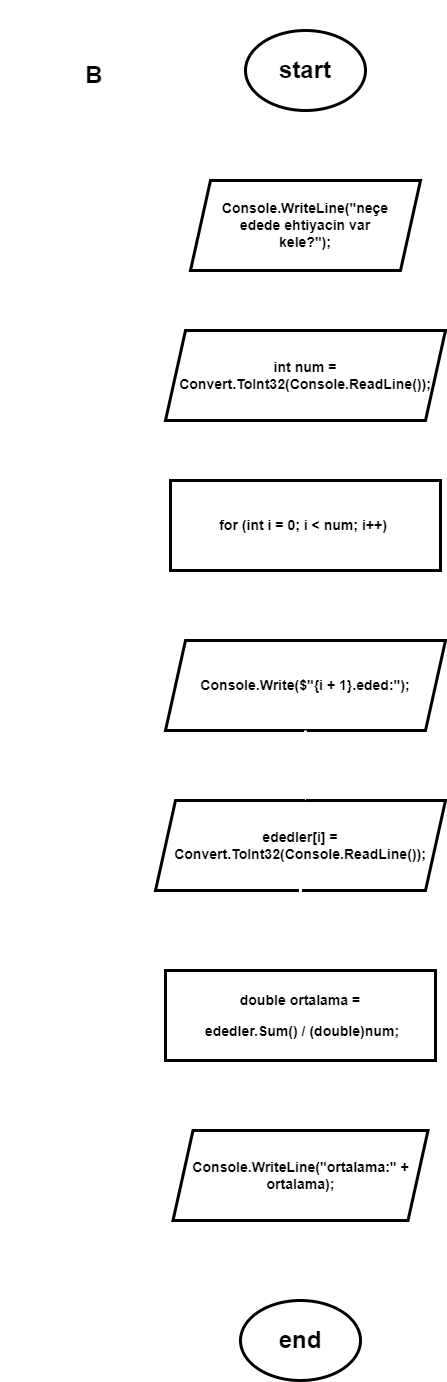
Mehemmed-Cf/assigment keeps this draw.io diagram as flowchart Task B.png. Above is the earlier version. Source tidied: cells renumbered, new cells last; positions are measured from the earlier drawing's top-left corner, leaving out a move shared by most shapes.
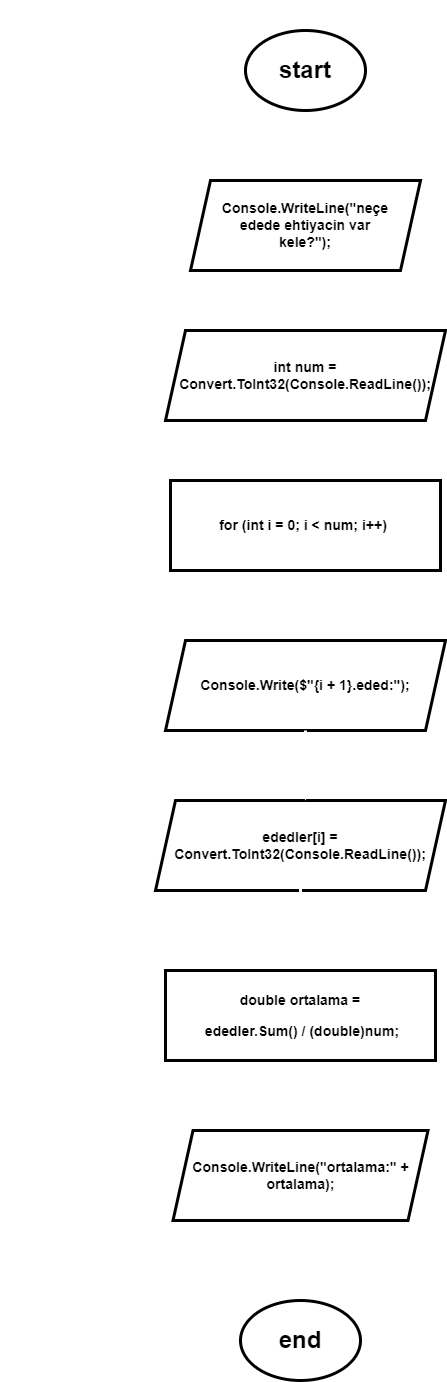
The same file after the commit.

The edit, as a diff of the source:
```diff
@@ -73,7 +73,7 @@
     <mxCell id="24" value="&lt;h1&gt;end&lt;/h1&gt;" style="ellipse;whiteSpace=wrap;html=1;strokeWidth=3;" parent="1" vertex="1">
       <mxGeometry x="240" y="1290" width="120" height="80" as="geometry" />
     </mxCell>
-    <mxCell id="25" value="&lt;h1&gt;&amp;nbsp; &amp;nbsp; &amp;nbsp; &amp;nbsp; &amp;nbsp;&lt;/h1&gt;&lt;h1&gt;&amp;nbsp; &amp;nbsp; &amp;nbsp; &amp;nbsp; &amp;nbsp; &amp;nbsp; B&lt;/h1&gt;" style="text;html=1;strokeColor=none;fillColor=none;spacing=5;spacingTop=-20;whiteSpace=wrap;overflow=hidden;rounded=0;strokeWidth=1;" parent="1" vertex="1">
+    <mxCell id="25" value="&lt;h1&gt;&lt;font color=&quot;#ffffff&quot;&gt;&amp;nbsp; &amp;nbsp; &amp;nbsp; &amp;nbsp; &amp;nbsp;&lt;/font&gt;&lt;/h1&gt;&lt;h1&gt;&lt;font color=&quot;#ffffff&quot;&gt;&amp;nbsp; &amp;nbsp; &amp;nbsp; &amp;nbsp; &amp;nbsp; &amp;nbsp; B&lt;/font&gt;&lt;/h1&gt;" style="text;html=1;strokeColor=none;fillColor=none;spacing=5;spacingTop=-20;whiteSpace=wrap;overflow=hidden;rounded=0;strokeWidth=1;" parent="1" vertex="1">
       <mxGeometry width="190" height="120" as="geometry" />
     </mxCell>
   </root>
```
